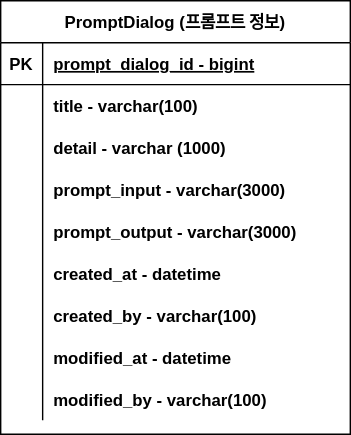
DongDongYoung/prompt-share-backend keeps this draw.io diagram as document/prompt-share-erd.svg. Above is the earlier version. Source tidied: cells renumbered, new cells last; positions are measured from the earlier drawing's top-left corner, leaving out a move shared by most shapes.
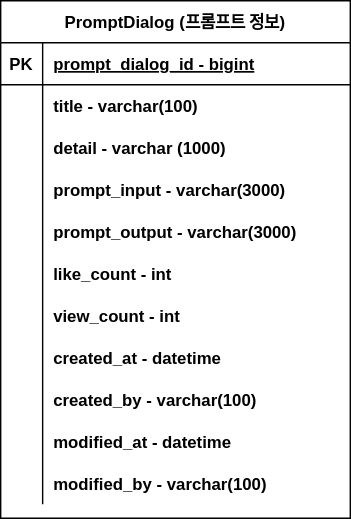
The same file after the commit.

Commit message:
#1 - 좋아요와 조회수 컬럼 추가: prompt-share-erd.svg

Diff of the diagram source:
```diff
@@ -3,7 +3,7 @@
     <mxCell id="0" />
     <mxCell id="1" parent="0" />
     <mxCell id="2" value="PromptDialog (프롬프트 정보)" style="shape=table;startSize=30;rowLines=0;fontStyle=1;align=center;" parent="1" vertex="1">
-      <mxGeometry width="250" height="310" as="geometry" />
+      <mxGeometry width="250" height="370" as="geometry" />
     </mxCell>
     <mxCell id="3" style="shape=partialRectangle;fillColor=none;top=0;left=0;right=0;bottom=1;" parent="2" vertex="1">
       <mxGeometry y="30" width="250" height="30" as="geometry" />
@@ -50,8 +50,26 @@
     <mxCell id="17" value="prompt_output - varchar(3000)" style="shape=partialRectangle;overflow=hidden;fillColor=none;top=0;left=0;bottom=0;right=0;align=left;spacingLeft=6;fontStyle=1;" parent="15" vertex="1">
       <mxGeometry x="30" width="220" height="30" as="geometry" />
     </mxCell>
+    <mxCell id="30" style="shape=partialRectangle;fillColor=none;top=0;left=0;right=0;bottom=0;" parent="2" vertex="1">
+      <mxGeometry y="180" width="250" height="30" as="geometry" />
+    </mxCell>
+    <mxCell id="31" style="shape=partialRectangle;overflow=hidden;fillColor=none;top=0;left=0;bottom=0;right=0;" parent="30" vertex="1">
+      <mxGeometry width="30" height="30" as="geometry" />
+    </mxCell>
+    <mxCell id="32" value="like_count - int" style="shape=partialRectangle;overflow=hidden;fillColor=none;top=0;left=0;bottom=0;right=0;align=left;spacingLeft=6;fontStyle=1;" parent="30" vertex="1">
+      <mxGeometry x="30" width="220" height="30" as="geometry" />
+    </mxCell>
+    <mxCell id="33" style="shape=partialRectangle;fillColor=none;top=0;left=0;right=0;bottom=0;" parent="2" vertex="1">
+      <mxGeometry y="210" width="250" height="30" as="geometry" />
+    </mxCell>
+    <mxCell id="34" style="shape=partialRectangle;overflow=hidden;fillColor=none;top=0;left=0;bottom=0;right=0;" parent="33" vertex="1">
+      <mxGeometry width="30" height="30" as="geometry" />
+    </mxCell>
+    <mxCell id="35" value="view_count - int" style="shape=partialRectangle;overflow=hidden;fillColor=none;top=0;left=0;bottom=0;right=0;align=left;spacingLeft=6;fontStyle=1;" parent="33" vertex="1">
+      <mxGeometry x="30" width="220" height="30" as="geometry" />
+    </mxCell>
     <mxCell id="18" style="shape=partialRectangle;fillColor=none;top=0;left=0;right=0;bottom=0;" parent="2" vertex="1">
-      <mxGeometry y="180" width="250" height="30" as="geometry" />
+      <mxGeometry y="240" width="250" height="30" as="geometry" />
     </mxCell>
     <mxCell id="19" style="shape=partialRectangle;overflow=hidden;fillColor=none;top=0;left=0;bottom=0;right=0;" parent="18" vertex="1">
       <mxGeometry width="30" height="30" as="geometry" />
@@ -60,7 +78,7 @@
       <mxGeometry x="30" width="220" height="30" as="geometry" />
     </mxCell>
     <mxCell id="21" style="shape=partialRectangle;fillColor=none;top=0;left=0;right=0;bottom=0;" parent="2" vertex="1">
-      <mxGeometry y="210" width="250" height="30" as="geometry" />
+      <mxGeometry y="270" width="250" height="30" as="geometry" />
     </mxCell>
     <mxCell id="22" style="shape=partialRectangle;overflow=hidden;fillColor=none;top=0;left=0;bottom=0;right=0;" parent="21" vertex="1">
       <mxGeometry width="30" height="30" as="geometry" />
@@ -69,7 +87,7 @@
       <mxGeometry x="30" width="220" height="30" as="geometry" />
     </mxCell>
     <mxCell id="24" style="shape=partialRectangle;fillColor=none;top=0;left=0;right=0;bottom=0;" parent="2" vertex="1">
-      <mxGeometry y="240" width="250" height="30" as="geometry" />
+      <mxGeometry y="300" width="250" height="30" as="geometry" />
     </mxCell>
     <mxCell id="25" style="shape=partialRectangle;overflow=hidden;fillColor=none;top=0;left=0;bottom=0;right=0;" parent="24" vertex="1">
       <mxGeometry width="30" height="30" as="geometry" />
@@ -78,7 +96,7 @@
       <mxGeometry x="30" width="220" height="30" as="geometry" />
     </mxCell>
     <mxCell id="27" style="shape=partialRectangle;fillColor=none;top=0;left=0;right=0;bottom=0;" parent="2" vertex="1">
-      <mxGeometry y="270" width="250" height="30" as="geometry" />
+      <mxGeometry y="330" width="250" height="30" as="geometry" />
     </mxCell>
     <mxCell id="28" style="shape=partialRectangle;overflow=hidden;fillColor=none;top=0;left=0;bottom=0;right=0;" parent="27" vertex="1">
       <mxGeometry width="30" height="30" as="geometry" />
```
